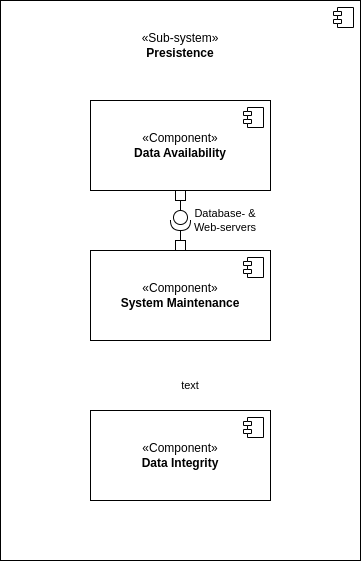
TheFirstFen/lnu keeps this draw.io diagram as fen/y3/code/2dt902/labs/proj/img/sub-system1.drawio.png. Above is the earlier version. Source tidied: cells renumbered, new cells last; positions are measured from the earlier drawing's top-left corner, leaving out a move shared by most shapes.
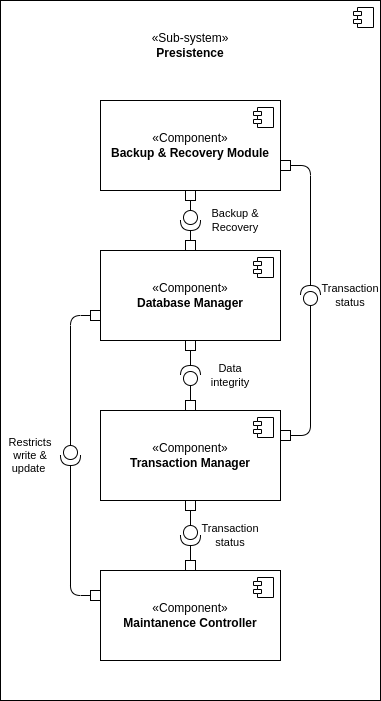
Above is the later version.

Commit message:
worked on 2dt902 proj

Change to the diagram source:
```diff
@@ -3,7 +3,7 @@
     <mxCell id="0" />
     <mxCell id="1" parent="0" />
     <mxCell id="2" style="html=1;whiteSpace=wrap;" parent="1" vertex="1">
-      <mxGeometry width="360" height="560" as="geometry" />
+      <mxGeometry x="-10" width="380" height="700" as="geometry" />
     </mxCell>
     <mxCell id="3" style="shape=module;jettyWidth=8;jettyHeight=4;" parent="2" vertex="1">
       <mxGeometry x="1" width="20" height="20" relative="1" as="geometry">
@@ -13,15 +13,15 @@
     <mxCell id="4" value="«Sub-system»&lt;br&gt;&lt;b&gt;Presistence&lt;/b&gt;" style="text;html=1;align=center;verticalAlign=middle;whiteSpace=wrap;rounded=0;" parent="1" vertex="1">
       <mxGeometry x="140" y="30" width="80" height="30" as="geometry" />
     </mxCell>
-    <mxCell id="5" value="«Component»&lt;br&gt;&lt;b&gt;Data Availability&lt;/b&gt;" style="html=1;whiteSpace=wrap;" parent="1" vertex="1">
-      <mxGeometry x="90" y="100" width="180" height="90" as="geometry" />
+    <mxCell id="5" value="«Component»&lt;br&gt;&lt;b&gt;Database Manager&lt;/b&gt;" style="html=1;whiteSpace=wrap;" parent="1" vertex="1">
+      <mxGeometry x="90" y="250" width="180" height="90" as="geometry" />
     </mxCell>
     <mxCell id="6" style="shape=module;jettyWidth=8;jettyHeight=4;" parent="5" vertex="1">
       <mxGeometry x="1" width="20" height="20" relative="1" as="geometry">
         <mxPoint x="-27" y="7" as="offset" />
       </mxGeometry>
     </mxCell>
-    <mxCell id="7" value="«Component»&lt;br&gt;&lt;b&gt;Data Integrity&lt;/b&gt;" style="html=1;whiteSpace=wrap;" parent="1" vertex="1">
+    <mxCell id="7" value="«Component»&lt;br&gt;&lt;b&gt;Transaction Manager&lt;/b&gt;" style="html=1;whiteSpace=wrap;" parent="1" vertex="1">
       <mxGeometry x="90" y="410" width="180" height="90" as="geometry" />
     </mxCell>
     <mxCell id="8" style="shape=module;jettyWidth=8;jettyHeight=4;" parent="7" vertex="1">
@@ -29,34 +29,111 @@
         <mxPoint x="-27" y="7" as="offset" />
       </mxGeometry>
     </mxCell>
-    <mxCell id="9" value="«Component»&lt;br&gt;&lt;b&gt;System Maintenance&lt;/b&gt;" style="html=1;whiteSpace=wrap;" parent="1" vertex="1">
-      <mxGeometry x="90" y="250" width="180" height="90" as="geometry" />
+    <mxCell id="9" value="«Component»&lt;br&gt;&lt;b&gt;Backup &amp;amp; Recovery Module&lt;/b&gt;" style="html=1;whiteSpace=wrap;" parent="1" vertex="1">
+      <mxGeometry x="90" y="100" width="180" height="90" as="geometry" />
     </mxCell>
     <mxCell id="10" style="shape=module;jettyWidth=8;jettyHeight=4;" parent="9" vertex="1">
       <mxGeometry x="1" width="20" height="20" relative="1" as="geometry">
         <mxPoint x="-27" y="7" as="offset" />
       </mxGeometry>
     </mxCell>
-    <mxCell id="11" value="text" style="text;html=1;align=center;verticalAlign=middle;whiteSpace=wrap;rounded=0;fontFamily=Helvetica;fontSize=11;fontColor=default;labelBackgroundColor=default;" parent="1" vertex="1">
-      <mxGeometry x="160" y="370" width="60" height="30" as="geometry" />
-    </mxCell>
     <mxCell id="12" style="html=1;whiteSpace=wrap;fontFamily=Helvetica;fontSize=11;fontColor=default;labelBackgroundColor=default;" parent="1" vertex="1">
       <mxGeometry x="175" y="190" width="10" height="10" as="geometry" />
     </mxCell>
-    <mxCell id="13" style="edgeStyle=orthogonalEdgeStyle;shape=connector;curved=0;rounded=1;jettySize=auto;html=1;exitX=0;exitY=0.5;exitDx=0;exitDy=0;exitPerimeter=0;entryX=0.5;entryY=1;entryDx=0;entryDy=0;strokeColor=default;align=center;verticalAlign=middle;fontFamily=Helvetica;fontSize=11;fontColor=default;labelBackgroundColor=default;endArrow=none;endFill=0;" parent="1" edge="1" source="14" target="12">
-      <mxGeometry relative="1" as="geometry" />
-    </mxCell>
+    <mxCell id="18" style="edgeStyle=orthogonalEdgeStyle;shape=connector;curved=0;rounded=1;jettySize=auto;html=1;exitX=1;exitY=0.5;exitDx=0;exitDy=0;exitPerimeter=0;entryX=0.5;entryY=0;entryDx=0;entryDy=0;strokeColor=default;align=center;verticalAlign=middle;fontFamily=Helvetica;fontSize=11;fontColor=default;labelBackgroundColor=default;endArrow=none;endFill=0;" parent="1" edge="1" source="14" target="15">
+      <mxGeometry relative="1" as="geometry" />
+    </mxCell>
     <mxCell id="14" style="shape=providedRequiredInterface;html=1;verticalLabelPosition=bottom;sketch=0;fontFamily=Helvetica;fontSize=11;fontColor=default;labelBackgroundColor=default;direction=south;" parent="1" vertex="1">
       <mxGeometry x="170" y="210" width="20" height="20" as="geometry" />
     </mxCell>
     <mxCell id="15" style="html=1;whiteSpace=wrap;fontFamily=Helvetica;fontSize=11;fontColor=default;labelBackgroundColor=default;" parent="1" vertex="1">
       <mxGeometry x="175" y="240" width="10" height="10" as="geometry" />
     </mxCell>
-    <mxCell id="16" style="edgeStyle=orthogonalEdgeStyle;shape=connector;curved=0;rounded=1;jettySize=auto;html=1;exitX=0.5;exitY=0;exitDx=0;exitDy=0;entryX=1;entryY=0.5;entryDx=0;entryDy=0;entryPerimeter=0;strokeColor=default;align=center;verticalAlign=middle;fontFamily=Helvetica;fontSize=11;fontColor=default;labelBackgroundColor=default;endArrow=none;endFill=0;" parent="1" edge="1" source="15" target="14">
-      <mxGeometry relative="1" as="geometry" />
-    </mxCell>
-    <mxCell id="17" value="Database- &amp;amp; Web-servers" style="text;html=1;align=center;verticalAlign=middle;whiteSpace=wrap;rounded=0;fontFamily=Helvetica;fontSize=11;fontColor=default;labelBackgroundColor=default;" parent="1" vertex="1">
+    <mxCell id="17" value="Backup &amp;amp; Recovery" style="text;html=1;align=center;verticalAlign=middle;whiteSpace=wrap;rounded=0;fontFamily=Helvetica;fontSize=11;fontColor=default;labelBackgroundColor=default;" parent="1" vertex="1">
       <mxGeometry x="190" y="205" width="70" height="30" as="geometry" />
     </mxCell>
+    <mxCell id="19" value="«Component»&lt;br&gt;&lt;b&gt;Maintanence Controller&lt;/b&gt;" style="html=1;whiteSpace=wrap;" parent="1" vertex="1">
+      <mxGeometry x="90" y="570" width="180" height="90" as="geometry" />
+    </mxCell>
+    <mxCell id="20" style="shape=module;jettyWidth=8;jettyHeight=4;" parent="19" vertex="1">
+      <mxGeometry x="1" width="20" height="20" relative="1" as="geometry">
+        <mxPoint x="-27" y="7" as="offset" />
+      </mxGeometry>
+    </mxCell>
+    <mxCell id="21" style="edgeStyle=orthogonalEdgeStyle;shape=connector;curved=0;rounded=1;jettySize=auto;html=1;exitX=0.5;exitY=1;exitDx=0;exitDy=0;entryX=0;entryY=0.5;entryDx=0;entryDy=0;entryPerimeter=0;strokeColor=default;align=center;verticalAlign=middle;fontFamily=Helvetica;fontSize=11;fontColor=default;labelBackgroundColor=default;endArrow=none;endFill=0;" parent="1" edge="1" source="12" target="14">
+      <mxGeometry relative="1" as="geometry" />
+    </mxCell>
+    <mxCell id="22" style="html=1;whiteSpace=wrap;fontFamily=Helvetica;fontSize=11;fontColor=default;labelBackgroundColor=default;" parent="1" vertex="1">
+      <mxGeometry x="175" y="340" width="10" height="10" as="geometry" />
+    </mxCell>
+    <mxCell id="23" style="html=1;whiteSpace=wrap;fontFamily=Helvetica;fontSize=11;fontColor=default;labelBackgroundColor=default;" parent="1" vertex="1">
+      <mxGeometry x="175" y="400" width="10" height="10" as="geometry" />
+    </mxCell>
+    <mxCell id="24" style="edgeStyle=orthogonalEdgeStyle;shape=connector;curved=0;rounded=1;jettySize=auto;html=1;exitX=1;exitY=0.5;exitDx=0;exitDy=0;exitPerimeter=0;entryX=0.5;entryY=1;entryDx=0;entryDy=0;strokeColor=default;align=center;verticalAlign=middle;fontFamily=Helvetica;fontSize=11;fontColor=default;labelBackgroundColor=default;endArrow=none;endFill=0;" parent="1" edge="1" source="25" target="22">
+      <mxGeometry relative="1" as="geometry" />
+    </mxCell>
+    <mxCell id="25" style="shape=providedRequiredInterface;html=1;verticalLabelPosition=bottom;sketch=0;fontFamily=Helvetica;fontSize=11;fontColor=default;labelBackgroundColor=default;direction=north;" parent="1" vertex="1">
+      <mxGeometry x="170" y="365" width="20" height="20" as="geometry" />
+    </mxCell>
+    <mxCell id="26" style="edgeStyle=orthogonalEdgeStyle;shape=connector;curved=0;rounded=1;jettySize=auto;html=1;exitX=0.5;exitY=0;exitDx=0;exitDy=0;entryX=0;entryY=0.5;entryDx=0;entryDy=0;entryPerimeter=0;strokeColor=default;align=center;verticalAlign=middle;fontFamily=Helvetica;fontSize=11;fontColor=default;labelBackgroundColor=default;endArrow=none;endFill=0;" parent="1" edge="1" source="23" target="25">
+      <mxGeometry relative="1" as="geometry" />
+    </mxCell>
+    <mxCell id="27" value="Data integrity" style="text;html=1;align=center;verticalAlign=middle;whiteSpace=wrap;rounded=0;fontFamily=Helvetica;fontSize=11;fontColor=default;labelBackgroundColor=default;" parent="1" vertex="1">
+      <mxGeometry x="190" y="360" width="60" height="30" as="geometry" />
+    </mxCell>
+    <mxCell id="28" style="html=1;whiteSpace=wrap;fontFamily=Helvetica;fontSize=11;fontColor=default;labelBackgroundColor=default;" parent="1" vertex="1">
+      <mxGeometry x="175" y="500" width="10" height="10" as="geometry" />
+    </mxCell>
+    <mxCell id="29" style="html=1;whiteSpace=wrap;fontFamily=Helvetica;fontSize=11;fontColor=default;labelBackgroundColor=default;" parent="1" vertex="1">
+      <mxGeometry x="175" y="560" width="10" height="10" as="geometry" />
+    </mxCell>
+    <mxCell id="30" style="edgeStyle=orthogonalEdgeStyle;shape=connector;curved=0;rounded=1;jettySize=auto;html=1;exitX=0;exitY=0.5;exitDx=0;exitDy=0;exitPerimeter=0;entryX=0.5;entryY=1;entryDx=0;entryDy=0;strokeColor=default;align=center;verticalAlign=middle;fontFamily=Helvetica;fontSize=11;fontColor=default;labelBackgroundColor=default;endArrow=none;endFill=0;" parent="1" edge="1" source="32" target="28">
+      <mxGeometry relative="1" as="geometry" />
+    </mxCell>
+    <mxCell id="31" style="edgeStyle=orthogonalEdgeStyle;shape=connector;curved=0;rounded=1;jettySize=auto;html=1;exitX=1;exitY=0.5;exitDx=0;exitDy=0;exitPerimeter=0;entryX=0.5;entryY=0;entryDx=0;entryDy=0;strokeColor=default;align=center;verticalAlign=middle;fontFamily=Helvetica;fontSize=11;fontColor=default;labelBackgroundColor=default;endArrow=none;endFill=0;" parent="1" edge="1" source="32" target="29">
+      <mxGeometry relative="1" as="geometry" />
+    </mxCell>
+    <mxCell id="32" style="shape=providedRequiredInterface;html=1;verticalLabelPosition=bottom;sketch=0;fontFamily=Helvetica;fontSize=11;fontColor=default;labelBackgroundColor=default;direction=south;" parent="1" vertex="1">
+      <mxGeometry x="170" y="525" width="20" height="20" as="geometry" />
+    </mxCell>
+    <mxCell id="33" value="Transaction status" style="text;html=1;align=center;verticalAlign=middle;whiteSpace=wrap;rounded=0;fontFamily=Helvetica;fontSize=11;fontColor=default;labelBackgroundColor=default;" parent="1" vertex="1">
+      <mxGeometry x="190" y="520" width="60" height="30" as="geometry" />
+    </mxCell>
+    <mxCell id="34" style="html=1;whiteSpace=wrap;fontFamily=Helvetica;fontSize=11;fontColor=default;labelBackgroundColor=default;" parent="1" vertex="1">
+      <mxGeometry x="80" y="310" width="10" height="10" as="geometry" />
+    </mxCell>
+    <mxCell id="35" style="html=1;whiteSpace=wrap;fontFamily=Helvetica;fontSize=11;fontColor=default;labelBackgroundColor=default;" parent="1" vertex="1">
+      <mxGeometry x="80" y="590" width="10" height="10" as="geometry" />
+    </mxCell>
+    <mxCell id="36" style="edgeStyle=orthogonalEdgeStyle;shape=connector;curved=0;rounded=1;jettySize=auto;html=1;exitX=0;exitY=0.5;exitDx=0;exitDy=0;exitPerimeter=0;entryX=0;entryY=0.5;entryDx=0;entryDy=0;strokeColor=default;align=center;verticalAlign=middle;fontFamily=Helvetica;fontSize=11;fontColor=default;labelBackgroundColor=default;endArrow=none;endFill=0;" parent="1" edge="1" source="38" target="34">
+      <mxGeometry relative="1" as="geometry" />
+    </mxCell>
+    <mxCell id="37" style="edgeStyle=orthogonalEdgeStyle;shape=connector;curved=0;rounded=1;jettySize=auto;html=1;exitX=1;exitY=0.5;exitDx=0;exitDy=0;exitPerimeter=0;entryX=0;entryY=0.5;entryDx=0;entryDy=0;strokeColor=default;align=center;verticalAlign=middle;fontFamily=Helvetica;fontSize=11;fontColor=default;labelBackgroundColor=default;endArrow=none;endFill=0;" parent="1" edge="1" source="38" target="35">
+      <mxGeometry relative="1" as="geometry" />
+    </mxCell>
+    <mxCell id="38" style="shape=providedRequiredInterface;html=1;verticalLabelPosition=bottom;sketch=0;fontFamily=Helvetica;fontSize=11;fontColor=default;labelBackgroundColor=default;direction=south;" parent="1" vertex="1">
+      <mxGeometry x="50" y="445" width="20" height="20" as="geometry" />
+    </mxCell>
+    <mxCell id="39" value="Restricts write &amp;amp; update&amp;nbsp;" style="text;html=1;align=center;verticalAlign=middle;whiteSpace=wrap;rounded=0;fontFamily=Helvetica;fontSize=11;fontColor=default;labelBackgroundColor=default;" parent="1" vertex="1">
+      <mxGeometry x="-10" y="440" width="60" height="30" as="geometry" />
+    </mxCell>
+    <mxCell id="40" style="html=1;whiteSpace=wrap;fontFamily=Helvetica;fontSize=11;fontColor=default;labelBackgroundColor=default;" parent="1" vertex="1">
+      <mxGeometry x="270" y="430" width="10" height="10" as="geometry" />
+    </mxCell>
+    <mxCell id="41" style="html=1;whiteSpace=wrap;fontFamily=Helvetica;fontSize=11;fontColor=default;labelBackgroundColor=default;" parent="1" vertex="1">
+      <mxGeometry x="270" y="160" width="10" height="10" as="geometry" />
+    </mxCell>
+    <mxCell id="42" style="edgeStyle=orthogonalEdgeStyle;shape=connector;curved=0;rounded=1;jettySize=auto;html=1;exitX=1;exitY=0.5;exitDx=0;exitDy=0;exitPerimeter=0;entryX=1;entryY=0.5;entryDx=0;entryDy=0;strokeColor=default;align=center;verticalAlign=middle;fontFamily=Helvetica;fontSize=11;fontColor=default;labelBackgroundColor=default;endArrow=none;endFill=0;" parent="1" edge="1" source="43" target="41">
+      <mxGeometry relative="1" as="geometry" />
+    </mxCell>
+    <mxCell id="43" style="shape=providedRequiredInterface;html=1;verticalLabelPosition=bottom;sketch=0;fontFamily=Helvetica;fontSize=11;fontColor=default;labelBackgroundColor=default;direction=north;" parent="1" vertex="1">
+      <mxGeometry x="290" y="285" width="20" height="20" as="geometry" />
+    </mxCell>
+    <mxCell id="44" style="edgeStyle=orthogonalEdgeStyle;shape=connector;curved=0;rounded=1;jettySize=auto;html=1;exitX=1;exitY=0.5;exitDx=0;exitDy=0;entryX=0;entryY=0.5;entryDx=0;entryDy=0;entryPerimeter=0;strokeColor=default;align=center;verticalAlign=middle;fontFamily=Helvetica;fontSize=11;fontColor=default;labelBackgroundColor=default;endArrow=none;endFill=0;" parent="1" edge="1" source="40" target="43">
+      <mxGeometry relative="1" as="geometry" />
+    </mxCell>
+    <mxCell id="45" value="Transaction status" style="text;html=1;align=center;verticalAlign=middle;whiteSpace=wrap;rounded=0;fontFamily=Helvetica;fontSize=11;fontColor=default;labelBackgroundColor=default;" parent="1" vertex="1">
+      <mxGeometry x="310" y="280" width="60" height="30" as="geometry" />
+    </mxCell>
   </root>
 </mxGraphModel>
```
